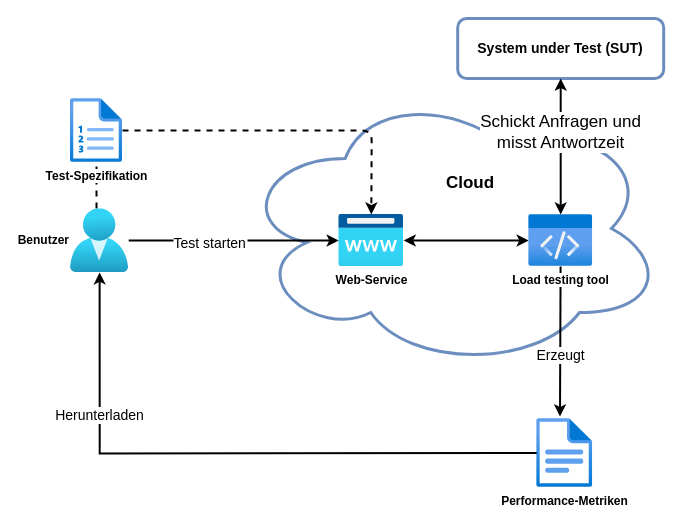
This is drawio/PTAS - d.drawio from JadKHaddad/Openfaas-Performance-Testing-as-a-Service, a draw.io file, before an edit. Source tidied: cells renumbered, new cells numbered last; positions are measured from the earlier drawing's top-left corner, leaving out a move shared by most shapes. Both pictures are drawn from the tidied source at 100%, with x=0, y=0 at pixel (70, 18).
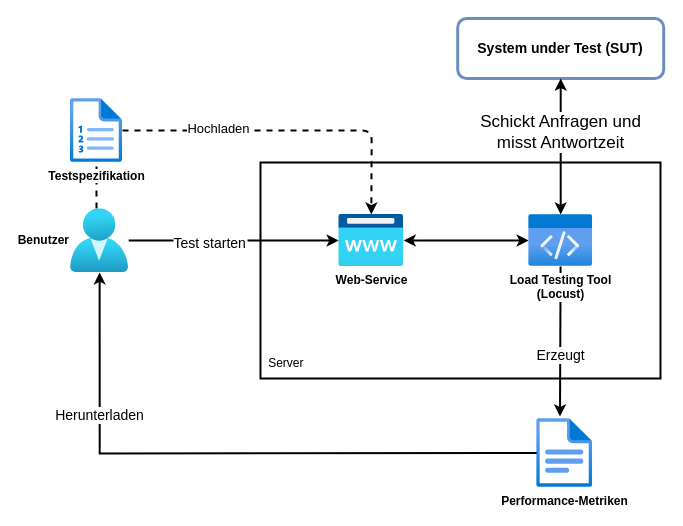
The same diagram, later.

The change refers to these unchanged cells:
```xml
<mxCell id="19" style="endArrow=classic;html=1;rounded=1;fontSize=14;fontColor=default;dashed=1;strokeWidth=2;" parent="1" edge="1" source="6" target="7">
  <mxGeometry relative="1" as="geometry">
    <Array as="points">
      <mxPoint x="301.2" y="112" />
    </Array>
  </mxGeometry>
</mxCell>
```

Diff of the diagram source:
```diff
@@
+    <mxCell id="21" style="rounded=0;whiteSpace=wrap;html=1;fillColor=none;strokeWidth=2;" parent="1" vertex="1">
+      <mxGeometry x="190" y="144" width="400" height="216" as="geometry" />
+    </mxCell>
@@
-    <mxCell id="3" style="ellipse;shape=cloud;whiteSpace=wrap;html=1;strokeColor=#6C8EBF;fillColor=none;strokeWidth=3;" parent="1" vertex="1">
-      <mxGeometry x="168.2" y="70" width="426" height="280" as="geometry" />
-    </mxCell>
@@
-    <mxCell id="6" value="Test-Spezifikation" style="html=1;points=[];align=center;image;fontSize=12;image=img/lib/azure2/azure_stack/Plans.svg;fontStyle=1;" parent="1" vertex="1">
+    <mxCell id="6" value="Testspezifikation" style="html=1;points=[];align=center;image;fontSize=12;image=img/lib/azure2/azure_stack/Plans.svg;fontStyle=1;" parent="1" vertex="1">
       <mxGeometry y="80" width="52" height="64" as="geometry" />
     </mxCell>
@@
-    <mxCell id="12" value="Load testing tool" style="html=1;points=[];align=center;image;fontSize=12;image=img/lib/azure2/general/Code.svg;fontStyle=1;labelBackgroundColor=#FFFFFF;labelBorderColor=none;fontColor=default;" parent="1" vertex="1">
+    <mxCell id="12" value="Load Testing Tool&lt;br&gt;(Locust)" style="html=1;points=[];align=center;image;fontSize=12;image=img/lib/azure2/general/Code.svg;fontStyle=1;labelBackgroundColor=#FFFFFF;labelBorderColor=none;fontColor=default;" parent="1" vertex="1">
       <mxGeometry x="458.2" y="196" width="64" height="52" as="geometry" />
     </mxCell>
@@
-    <mxCell id="20" value="Cloud" style="text;html=1;strokeColor=none;fillColor=none;align=center;verticalAlign=middle;whiteSpace=wrap;rounded=0;labelBackgroundColor=default;labelBorderColor=none;fontSize=17;fontColor=default;fontStyle=1;" parent="1" vertex="1">
-      <mxGeometry x="370" y="150" width="60" height="30" as="geometry" />
-    </mxCell>
+    <mxCell id="22" value="&lt;font style=&quot;font-size: 13px&quot;&gt;Hochladen&lt;/font&gt;" style="edgeLabel;html=1;align=center;verticalAlign=middle;" parent="19" vertex="1">
+      <mxGeometry x="-0.43" y="-5" relative="1" as="geometry">
+        <mxPoint y="-8" as="offset" />
+      </mxGeometry>
+    </mxCell>
+    <mxCell id="23" value="Server&amp;nbsp;" style="text;html=1;strokeColor=none;fillColor=none;align=center;verticalAlign=middle;whiteSpace=wrap;rounded=0;" parent="1" vertex="1">
+      <mxGeometry x="190" y="330" width="55" height="30" as="geometry" />
+    </mxCell>
```
